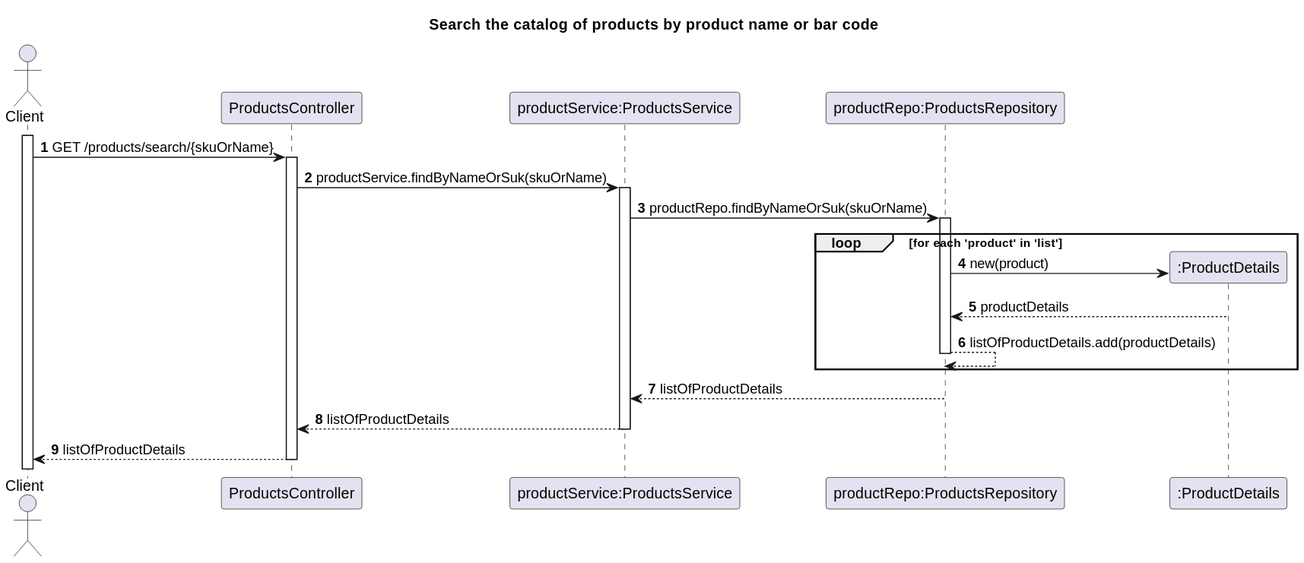
This is Docs/US03-SD.svg from TiagoNora/SIDIS-Docs, a PlantUML export, as it was before one commit.
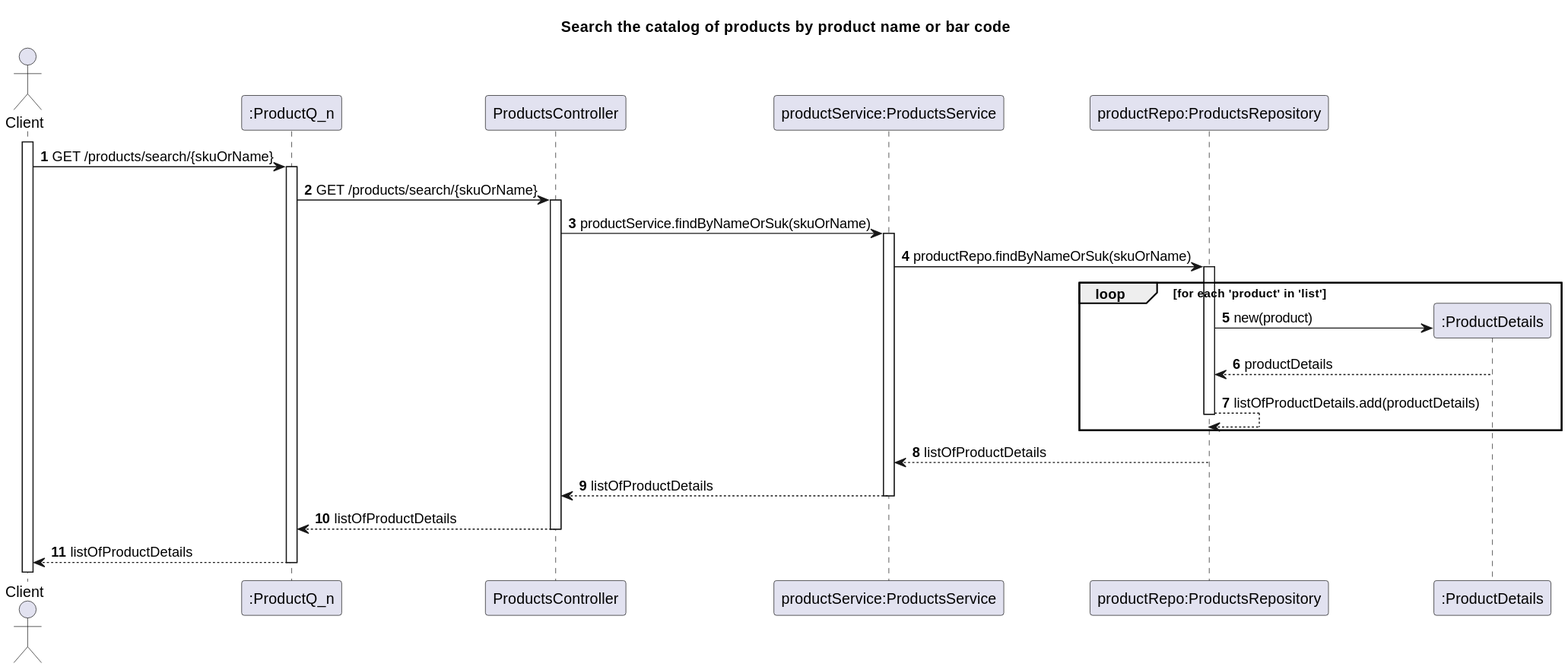
After the commit.

What changed in the source:
```diff
@@ -5,6 +5,7 @@
 autonumber
 
 actor "Client" as client
+participant ":ProductQ_n" as productQ
 participant "ProductsController" as controller
 participant "productService:ProductsService" as service
 participant "productRepo:ProductsRepository" as repository
@@ -12,7 +13,8 @@
 
 activate client
 
-client -> controller: GET /products/search/{skuOrName}
+client -> productQ: GET /products/search/{skuOrName}
+productQ -> controller: GET /products/search/{skuOrName}
 controller -> service : productService.findByNameOrSuk(skuOrName)
 service -> repository: productRepo.findByNameOrSuk(skuOrName)
 
@@ -23,7 +25,8 @@
 end loop
 repository --> service: listOfProductDetails
 service --> controller: listOfProductDetails
-controller --> client: listOfProductDetails
+controller --> productQ: listOfProductDetails
+productQ --> client: listOfProductDetails
 
 
 @enduml
```
